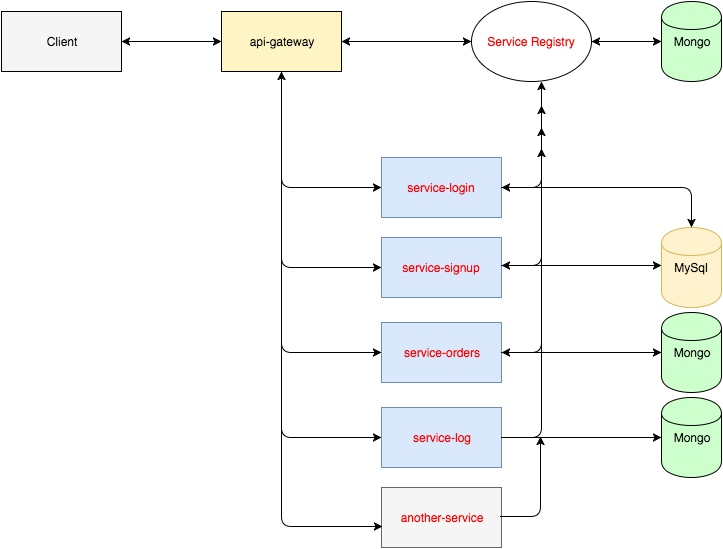
This is Microservices_Architecture.png from alchimya/micro-node-api-gateway, a draw.io export, as it was before one commit. Source tidied: cells renumbered, new cells last; positions are measured from the earlier drawing's top-left corner, leaving out a move shared by most shapes. Its diagram source:
```xml
<mxGraphModel background="#ffffff">
  <root>
    <mxCell id="0" />
    <mxCell id="1" parent="0" />
    <mxCell id="2" value="Client" style="whiteSpace=wrap;html=1;plain-gray;gradientColor=none;strokeColor=#000000;" parent="1" vertex="1">
      <mxGeometry y="10" width="120" height="60" as="geometry" />
    </mxCell>
    <mxCell id="3" value="api-gateway" style="whiteSpace=wrap;html=1;plain-yellow;gradientColor=none;strokeColor=#000000;fillColor=#FFF4C3;" parent="1" vertex="1">
      <mxGeometry x="220" y="10" width="120" height="60" as="geometry" />
    </mxCell>
    <mxCell id="4" value="Service Registry" style="ellipse;whiteSpace=wrap;html=1;strokeColor=#000000;fillColor=#ffffff;fontColor=#FF0000;" parent="1" vertex="1">
      <mxGeometry x="470" width="120" height="80" as="geometry" />
    </mxCell>
    <mxCell id="5" value="&lt;font color=&quot;#000000&quot;&gt;Mongo&lt;/font&gt;" style="shape=cylinder;whiteSpace=wrap;html=1;strokeColor=#000000;fillColor=#CCFFCC;gradientColor=none;fontColor=#FF0000;" parent="1" vertex="1">
      <mxGeometry x="660" width="60" height="80" as="geometry" />
    </mxCell>
    <mxCell id="6" value="service-login" style="whiteSpace=wrap;html=1;plain-blue;gradientColor=none;fontColor=#FF0000;" parent="1" vertex="1">
      <mxGeometry x="380" y="156" width="120" height="60" as="geometry" />
    </mxCell>
    <mxCell id="7" value="service-signup" style="whiteSpace=wrap;html=1;plain-blue;gradientColor=none;fontColor=#FF0000;" parent="1" vertex="1">
      <mxGeometry x="380" y="236" width="120" height="60" as="geometry" />
    </mxCell>
    <mxCell id="8" value="service-orders" style="whiteSpace=wrap;html=1;plain-blue;gradientColor=none;fontColor=#FF0000;" parent="1" vertex="1">
      <mxGeometry x="380" y="321" width="120" height="60" as="geometry" />
    </mxCell>
    <mxCell id="9" value="service-log" style="whiteSpace=wrap;html=1;plain-blue;gradientColor=none;fontColor=#FF0000;" parent="1" vertex="1">
      <mxGeometry x="380" y="406" width="120" height="60" as="geometry" />
    </mxCell>
    <mxCell id="10" value="&lt;font color=&quot;#000000&quot;&gt;Mongo&lt;/font&gt;" style="shape=cylinder;whiteSpace=wrap;html=1;strokeColor=#000000;fillColor=#CCFFCC;gradientColor=none;fontColor=#FF0000;" parent="1" vertex="1">
      <mxGeometry x="660" y="396" width="60" height="80" as="geometry" />
    </mxCell>
    <mxCell id="11" value="&lt;font color=&quot;#000000&quot;&gt;MySql&lt;/font&gt;" style="shape=cylinder;whiteSpace=wrap;html=1;fontColor=#FF0000;plain-yellow;gradientColor=none;" parent="1" vertex="1">
      <mxGeometry x="660" y="226" width="60" height="80" as="geometry" />
    </mxCell>
    <mxCell id="12" style="endArrow=classic;html=1;fontColor=#FF0000;entryX=0;entryY=0.5;exitX=1;exitY=0.5;" parent="1" edge="1" source="9" target="10">
      <mxGeometry relative="1" as="geometry" />
    </mxCell>
    <mxCell id="13" style="edgeStyle=segmentEdgeStyle;endArrow=classic;html=1;fontColor=#FF0000;exitX=1;exitY=0.5;" parent="1" edge="1" source="6">
      <mxGeometry relative="1" as="geometry">
        <mxPoint x="540" y="80" as="targetPoint" />
        <Array as="points">
          <mxPoint x="540" y="186" />
          <mxPoint x="540" y="80" />
        </Array>
      </mxGeometry>
    </mxCell>
    <mxCell id="14" style="edgeStyle=segmentEdgeStyle;endArrow=classic;html=1;fontColor=#FF0000;exitX=1;exitY=0.5;" parent="1" edge="1">
      <mxGeometry relative="1" as="geometry">
        <mxPoint x="500" y="264" as="sourcePoint" />
        <mxPoint x="540" y="104" as="targetPoint" />
        <Array as="points">
          <mxPoint x="540" y="264" />
        </Array>
      </mxGeometry>
    </mxCell>
    <mxCell id="15" style="edgeStyle=segmentEdgeStyle;endArrow=classic;html=1;fontColor=#FF0000;exitX=1;exitY=0.5;" parent="1" edge="1" source="8">
      <mxGeometry relative="1" as="geometry">
        <mxPoint x="540" y="126" as="targetPoint" />
        <Array as="points">
          <mxPoint x="540" y="351" />
          <mxPoint x="540" y="296" />
        </Array>
      </mxGeometry>
    </mxCell>
    <mxCell id="16" style="edgeStyle=segmentEdgeStyle;endArrow=classic;html=1;fontColor=#FF0000;exitX=1;exitY=0.5;" parent="1" edge="1" source="9">
      <mxGeometry relative="1" as="geometry">
        <mxPoint x="540" y="147" as="targetPoint" />
        <Array as="points">
          <mxPoint x="540" y="436" />
        </Array>
      </mxGeometry>
    </mxCell>
    <mxCell id="17" style="endArrow=classic;startArrow=classic;html=1;fontColor=#FF0000;entryX=0;entryY=0.5;exitX=1;exitY=0.5;" parent="1" edge="1">
      <mxGeometry relative="1" as="geometry">
        <mxPoint x="500" y="264" as="sourcePoint" />
        <mxPoint x="660" y="264" as="targetPoint" />
      </mxGeometry>
    </mxCell>
    <mxCell id="18" style="edgeStyle=segmentEdgeStyle;endArrow=classic;html=1;fontColor=#FF0000;entryX=0;entryY=0.5;exitX=0.5;exitY=1;" parent="1" edge="1" source="3" target="6">
      <mxGeometry relative="1" as="geometry">
        <Array as="points">
          <mxPoint x="280" y="186" />
        </Array>
      </mxGeometry>
    </mxCell>
    <mxCell id="19" style="edgeStyle=segmentEdgeStyle;endArrow=classic;html=1;fontColor=#FF0000;entryX=0;entryY=0.5;exitX=0.5;exitY=1;" parent="1" edge="1" source="3" target="7">
      <mxGeometry relative="1" as="geometry">
        <Array as="points">
          <mxPoint x="280" y="266" />
        </Array>
      </mxGeometry>
    </mxCell>
    <mxCell id="20" style="edgeStyle=segmentEdgeStyle;endArrow=classic;html=1;fontColor=#FF0000;entryX=0;entryY=0.5;exitX=0.5;exitY=1;" parent="1" edge="1" source="3" target="8">
      <mxGeometry relative="1" as="geometry">
        <Array as="points">
          <mxPoint x="280" y="351" />
        </Array>
      </mxGeometry>
    </mxCell>
    <mxCell id="21" style="edgeStyle=segmentEdgeStyle;endArrow=classic;html=1;fontColor=#FF0000;entryX=0;entryY=0.5;exitX=0.5;exitY=1;" parent="1" edge="1" source="3" target="9">
      <mxGeometry relative="1" as="geometry">
        <Array as="points">
          <mxPoint x="280" y="436" />
        </Array>
      </mxGeometry>
    </mxCell>
    <mxCell id="22" style="edgeStyle=segmentEdgeStyle;endArrow=classic;html=1;fontColor=#FF0000;exitX=1;exitY=0.5;entryX=0.5;entryY=0;" parent="1" edge="1" source="6" target="11">
      <mxGeometry relative="1" as="geometry">
        <Array as="points">
          <mxPoint x="690" y="186" />
        </Array>
      </mxGeometry>
    </mxCell>
    <mxCell id="23" style="endArrow=classic;html=1;fontColor=#FF0000;entryX=1;entryY=0.5;" parent="1" edge="1" target="6">
      <mxGeometry relative="1" as="geometry">
        <mxPoint x="550" y="186" as="sourcePoint" />
      </mxGeometry>
    </mxCell>
    <mxCell id="24" style="endArrow=classic;html=1;fontColor=#FF0000;entryX=1;entryY=0.5;" parent="1" edge="1" target="8">
      <mxGeometry relative="1" as="geometry">
        <mxPoint x="530" y="351" as="sourcePoint" />
      </mxGeometry>
    </mxCell>
    <mxCell id="25" style="endArrow=classic;startArrow=classic;html=1;fontColor=#FF0000;exitX=1;exitY=0.5;entryX=0;entryY=0.5;" parent="1" edge="1" source="2" target="3">
      <mxGeometry relative="1" as="geometry" />
    </mxCell>
    <mxCell id="26" style="endArrow=classic;startArrow=classic;html=1;fontColor=#FF0000;exitX=1;exitY=0.5;entryX=0;entryY=0.5;" parent="1" edge="1" source="3" target="4">
      <mxGeometry relative="1" as="geometry" />
    </mxCell>
    <mxCell id="27" value="another-service" style="whiteSpace=wrap;html=1;fontColor=#FF0000;plain-gray;gradientColor=none;" parent="1" vertex="1">
      <mxGeometry x="380" y="486" width="120" height="60" as="geometry" />
    </mxCell>
    <mxCell id="28" value="&lt;font color=&quot;#000000&quot;&gt;Mongo&lt;/font&gt;" style="shape=cylinder;whiteSpace=wrap;html=1;strokeColor=#000000;fillColor=#CCFFCC;gradientColor=none;fontColor=#FF0000;" parent="1" vertex="1">
      <mxGeometry x="660" y="311" width="60" height="80" as="geometry" />
    </mxCell>
    <mxCell id="29" style="endArrow=classic;html=1;fontColor=#FF0000;exitX=1;exitY=0.5;entryX=0;entryY=0.5;" parent="1" edge="1" source="8" target="28">
      <mxGeometry relative="1" as="geometry" />
    </mxCell>
    <mxCell id="30" style="edgeStyle=segmentEdgeStyle;endArrow=classic;html=1;fontColor=#FF0000;entryX=0.008;entryY=0.65;entryPerimeter=0;" parent="1" edge="1" target="27">
      <mxGeometry relative="1" as="geometry">
        <mxPoint x="280" y="76" as="sourcePoint" />
        <Array as="points">
          <mxPoint x="280" y="366" />
          <mxPoint x="280" y="525" />
        </Array>
      </mxGeometry>
    </mxCell>
    <mxCell id="31" style="endArrow=classic;html=1;fontColor=#FF0000;entryX=0.5;entryY=1;" parent="1" edge="1" target="3">
      <mxGeometry relative="1" as="geometry">
        <mxPoint x="280" y="156" as="sourcePoint" />
      </mxGeometry>
    </mxCell>
    <mxCell id="32" style="edgeStyle=segmentEdgeStyle;endArrow=classic;html=1;fontColor=#FF0000;exitX=1;exitY=0.5;" parent="1" edge="1">
      <mxGeometry relative="1" as="geometry">
        <mxPoint x="499" y="515" as="sourcePoint" />
        <mxPoint x="539" y="435" as="targetPoint" />
        <Array as="points">
          <mxPoint x="539" y="515" />
        </Array>
      </mxGeometry>
    </mxCell>
    <mxCell id="33" style="endArrow=classic;startArrow=classic;html=1;fontColor=#FF0000;entryX=0;entryY=0.5;exitX=1;exitY=0.5;" parent="1" edge="1" source="4" target="5">
      <mxGeometry relative="1" as="geometry" />
    </mxCell>
  </root>
</mxGraphModel>
```
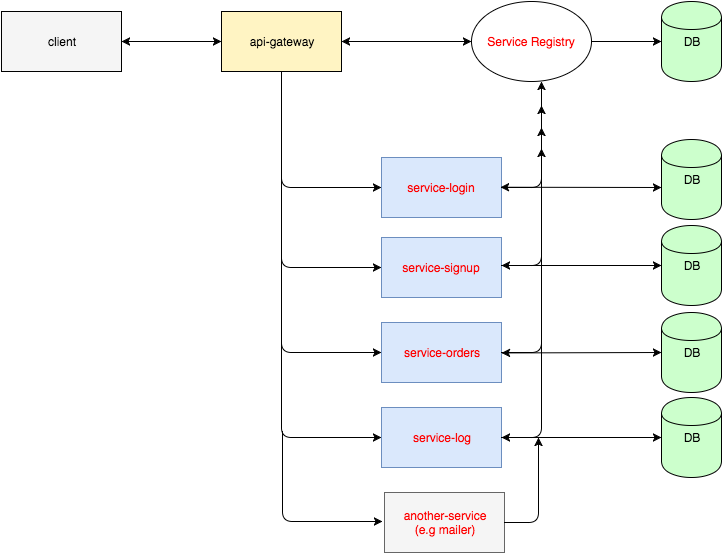
The same file after the commit.

The edit, as a diff of the source:
```diff
@@ -2,7 +2,7 @@
   <root>
     <mxCell id="0" />
     <mxCell id="1" parent="0" />
-    <mxCell id="2" value="Client" style="whiteSpace=wrap;html=1;plain-gray;gradientColor=none;strokeColor=#000000;" parent="1" vertex="1">
+    <mxCell id="2" value="client" style="whiteSpace=wrap;html=1;plain-gray;gradientColor=none;strokeColor=#000000;" parent="1" vertex="1">
       <mxGeometry y="10" width="120" height="60" as="geometry" />
     </mxCell>
     <mxCell id="3" value="api-gateway" style="whiteSpace=wrap;html=1;plain-yellow;gradientColor=none;strokeColor=#000000;fillColor=#FFF4C3;" parent="1" vertex="1">
@@ -11,7 +11,7 @@
     <mxCell id="4" value="Service Registry" style="ellipse;whiteSpace=wrap;html=1;strokeColor=#000000;fillColor=#ffffff;fontColor=#FF0000;" parent="1" vertex="1">
       <mxGeometry x="470" width="120" height="80" as="geometry" />
     </mxCell>
-    <mxCell id="5" value="&lt;font color=&quot;#000000&quot;&gt;Mongo&lt;/font&gt;" style="shape=cylinder;whiteSpace=wrap;html=1;strokeColor=#000000;fillColor=#CCFFCC;gradientColor=none;fontColor=#FF0000;" parent="1" vertex="1">
+    <mxCell id="5" value="&lt;font color=&quot;#000000&quot;&gt;DB&lt;/font&gt;" style="shape=cylinder;whiteSpace=wrap;html=1;strokeColor=#000000;fillColor=#CCFFCC;gradientColor=none;fontColor=#FF0000;" parent="1" vertex="1">
       <mxGeometry x="660" width="60" height="80" as="geometry" />
     </mxCell>
     <mxCell id="6" value="service-login" style="whiteSpace=wrap;html=1;plain-blue;gradientColor=none;fontColor=#FF0000;" parent="1" vertex="1">
@@ -26,15 +26,12 @@
     <mxCell id="9" value="service-log" style="whiteSpace=wrap;html=1;plain-blue;gradientColor=none;fontColor=#FF0000;" parent="1" vertex="1">
       <mxGeometry x="380" y="406" width="120" height="60" as="geometry" />
     </mxCell>
-    <mxCell id="10" value="&lt;font color=&quot;#000000&quot;&gt;Mongo&lt;/font&gt;" style="shape=cylinder;whiteSpace=wrap;html=1;strokeColor=#000000;fillColor=#CCFFCC;gradientColor=none;fontColor=#FF0000;" parent="1" vertex="1">
+    <mxCell id="10" value="&lt;font color=&quot;#000000&quot;&gt;DB&lt;/font&gt;" style="shape=cylinder;whiteSpace=wrap;html=1;strokeColor=#000000;fillColor=#CCFFCC;gradientColor=none;fontColor=#FF0000;" parent="1" vertex="1">
       <mxGeometry x="660" y="396" width="60" height="80" as="geometry" />
     </mxCell>
-    <mxCell id="11" value="&lt;font color=&quot;#000000&quot;&gt;MySql&lt;/font&gt;" style="shape=cylinder;whiteSpace=wrap;html=1;fontColor=#FF0000;plain-yellow;gradientColor=none;" parent="1" vertex="1">
-      <mxGeometry x="660" y="226" width="60" height="80" as="geometry" />
-    </mxCell>
-    <mxCell id="12" style="endArrow=classic;html=1;fontColor=#FF0000;entryX=0;entryY=0.5;exitX=1;exitY=0.5;" parent="1" edge="1" source="9" target="10">
-      <mxGeometry relative="1" as="geometry" />
-    </mxCell>
+    <mxCell id="34" style="endArrow=classic;html=1;fontColor=#FF0000;exitX=1;exitY=0.5;entryX=0;entryY=0.5;" parent="1" edge="1" source="4" target="5">
+      <mxGeometry relative="1" as="geometry" />
+    </mxCell>
     <mxCell id="13" style="edgeStyle=segmentEdgeStyle;endArrow=classic;html=1;fontColor=#FF0000;exitX=1;exitY=0.5;" parent="1" edge="1" source="6">
       <mxGeometry relative="1" as="geometry">
         <mxPoint x="540" y="80" as="targetPoint" />
@@ -70,12 +67,6 @@
         </Array>
       </mxGeometry>
     </mxCell>
-    <mxCell id="17" style="endArrow=classic;startArrow=classic;html=1;fontColor=#FF0000;entryX=0;entryY=0.5;exitX=1;exitY=0.5;" parent="1" edge="1">
-      <mxGeometry relative="1" as="geometry">
-        <mxPoint x="500" y="264" as="sourcePoint" />
-        <mxPoint x="660" y="264" as="targetPoint" />
-      </mxGeometry>
-    </mxCell>
     <mxCell id="18" style="edgeStyle=segmentEdgeStyle;endArrow=classic;html=1;fontColor=#FF0000;entryX=0;entryY=0.5;exitX=0.5;exitY=1;" parent="1" edge="1" source="3" target="6">
       <mxGeometry relative="1" as="geometry">
         <Array as="points">
@@ -104,63 +95,60 @@
         </Array>
       </mxGeometry>
     </mxCell>
-    <mxCell id="22" style="edgeStyle=segmentEdgeStyle;endArrow=classic;html=1;fontColor=#FF0000;exitX=1;exitY=0.5;entryX=0.5;entryY=0;" parent="1" edge="1" source="6" target="11">
-      <mxGeometry relative="1" as="geometry">
-        <Array as="points">
-          <mxPoint x="690" y="186" />
-        </Array>
-      </mxGeometry>
-    </mxCell>
-    <mxCell id="23" style="endArrow=classic;html=1;fontColor=#FF0000;entryX=1;entryY=0.5;" parent="1" edge="1" target="6">
-      <mxGeometry relative="1" as="geometry">
-        <mxPoint x="550" y="186" as="sourcePoint" />
-      </mxGeometry>
-    </mxCell>
-    <mxCell id="24" style="endArrow=classic;html=1;fontColor=#FF0000;entryX=1;entryY=0.5;" parent="1" edge="1" target="8">
-      <mxGeometry relative="1" as="geometry">
-        <mxPoint x="530" y="351" as="sourcePoint" />
-      </mxGeometry>
-    </mxCell>
     <mxCell id="25" style="endArrow=classic;startArrow=classic;html=1;fontColor=#FF0000;exitX=1;exitY=0.5;entryX=0;entryY=0.5;" parent="1" edge="1" source="2" target="3">
       <mxGeometry relative="1" as="geometry" />
     </mxCell>
     <mxCell id="26" style="endArrow=classic;startArrow=classic;html=1;fontColor=#FF0000;exitX=1;exitY=0.5;entryX=0;entryY=0.5;" parent="1" edge="1" source="3" target="4">
       <mxGeometry relative="1" as="geometry" />
     </mxCell>
-    <mxCell id="27" value="another-service" style="whiteSpace=wrap;html=1;fontColor=#FF0000;plain-gray;gradientColor=none;" parent="1" vertex="1">
-      <mxGeometry x="380" y="486" width="120" height="60" as="geometry" />
+    <mxCell id="27" value="another-service&lt;br&gt;(e.g mailer)" style="whiteSpace=wrap;html=1;fontColor=#FF0000;plain-gray;gradientColor=none;" parent="1" vertex="1">
+      <mxGeometry x="383" y="491" width="120" height="60" as="geometry" />
     </mxCell>
-    <mxCell id="28" value="&lt;font color=&quot;#000000&quot;&gt;Mongo&lt;/font&gt;" style="shape=cylinder;whiteSpace=wrap;html=1;strokeColor=#000000;fillColor=#CCFFCC;gradientColor=none;fontColor=#FF0000;" parent="1" vertex="1">
-      <mxGeometry x="660" y="311" width="60" height="80" as="geometry" />
-    </mxCell>
-    <mxCell id="29" style="endArrow=classic;html=1;fontColor=#FF0000;exitX=1;exitY=0.5;entryX=0;entryY=0.5;" parent="1" edge="1" source="8" target="28">
-      <mxGeometry relative="1" as="geometry" />
+    <mxCell id="29" style="edgeStyle=segmentEdgeStyle;endArrow=classic;html=1;fontColor=#FF0000;" parent="1" edge="1">
+      <mxGeometry relative="1" as="geometry">
+        <mxPoint x="281" y="430" as="sourcePoint" />
+        <mxPoint x="381" y="520" as="targetPoint" />
+        <Array as="points">
+          <mxPoint x="281" y="520" />
+          <mxPoint x="371" y="520" />
+        </Array>
+      </mxGeometry>
     </mxCell>
-    <mxCell id="30" style="edgeStyle=segmentEdgeStyle;endArrow=classic;html=1;fontColor=#FF0000;entryX=0.008;entryY=0.65;entryPerimeter=0;" parent="1" edge="1" target="27">
-      <mxGeometry relative="1" as="geometry">
-        <mxPoint x="280" y="76" as="sourcePoint" />
-        <Array as="points">
-          <mxPoint x="280" y="366" />
-          <mxPoint x="280" y="525" />
-        </Array>
-      </mxGeometry>
-    </mxCell>
-    <mxCell id="31" style="endArrow=classic;html=1;fontColor=#FF0000;entryX=0.5;entryY=1;" parent="1" edge="1" target="3">
-      <mxGeometry relative="1" as="geometry">
-        <mxPoint x="280" y="156" as="sourcePoint" />
-      </mxGeometry>
+    <mxCell id="31" value="&lt;font color=&quot;#000000&quot;&gt;DB&lt;/font&gt;" style="shape=cylinder;whiteSpace=wrap;html=1;strokeColor=#000000;fillColor=#CCFFCC;gradientColor=none;fontColor=#FF0000;" parent="1" vertex="1">
+      <mxGeometry x="660" y="138" width="60" height="80" as="geometry" />
     </mxCell>
-    <mxCell id="32" style="edgeStyle=segmentEdgeStyle;endArrow=classic;html=1;fontColor=#FF0000;exitX=1;exitY=0.5;" parent="1" edge="1">
-      <mxGeometry relative="1" as="geometry">
-        <mxPoint x="499" y="515" as="sourcePoint" />
-        <mxPoint x="539" y="435" as="targetPoint" />
-        <Array as="points">
-          <mxPoint x="539" y="515" />
-        </Array>
-      </mxGeometry>
+    <mxCell id="32" value="&lt;font color=&quot;#000000&quot;&gt;DB&lt;/font&gt;" style="shape=cylinder;whiteSpace=wrap;html=1;strokeColor=#000000;fillColor=#CCFFCC;gradientColor=none;fontColor=#FF0000;" parent="1" vertex="1">
+      <mxGeometry x="660" y="311" width="60" height="80" as="geometry" />
     </mxCell>
-    <mxCell id="33" style="endArrow=classic;startArrow=classic;html=1;fontColor=#FF0000;entryX=0;entryY=0.5;exitX=1;exitY=0.5;" parent="1" edge="1" source="4" target="5">
-      <mxGeometry relative="1" as="geometry" />
+    <mxCell id="33" value="&lt;font color=&quot;#000000&quot;&gt;DB&lt;/font&gt;" style="shape=cylinder;whiteSpace=wrap;html=1;strokeColor=#000000;fillColor=#CCFFCC;gradientColor=none;fontColor=#FF0000;" parent="1" vertex="1">
+      <mxGeometry x="660" y="224" width="60" height="80" as="geometry" />
     </mxCell>
+    <mxCell id="35" style="endArrow=classic;startArrow=classic;html=1;fontColor=#FF0000;" parent="1" edge="1">
+      <mxGeometry relative="1" as="geometry">
+        <mxPoint x="499" y="185.7" as="sourcePoint" />
+        <mxPoint x="660" y="186" as="targetPoint" />
+      </mxGeometry>
+    </mxCell>
+    <mxCell id="36" style="endArrow=classic;startArrow=classic;html=1;fontColor=#FF0000;exitX=1;exitY=0.5;entryX=0;entryY=0.5;" parent="1" edge="1" target="33">
+      <mxGeometry x="574" y="415" as="geometry">
+        <mxPoint x="500" y="264" as="sourcePoint" />
+      </mxGeometry>
+    </mxCell>
+    <mxCell id="37" style="endArrow=classic;startArrow=classic;html=1;fontColor=#FF0000;entryX=0;entryY=0.5;" parent="1" edge="1" target="32">
+      <mxGeometry x="575" y="504" as="geometry">
+        <mxPoint x="500" y="351.4" as="sourcePoint" />
+      </mxGeometry>
+    </mxCell>
+    <mxCell id="12" style="endArrow=classic;startArrow=classic;html=1;fontColor=#FF0000;exitX=1;exitY=0.5;" parent="1" edge="1" source="9" target="10">
+      <mxGeometry x="576" y="590" as="geometry" />
+    </mxCell>
+    <mxCell id="38" style="edgeStyle=segmentEdgeStyle;endArrow=classic;html=1;fontColor=#FF0000;exitX=1;exitY=0.5;" parent="1" edge="1" source="27">
+      <mxGeometry relative="1" as="geometry">
+        <mxPoint x="537" y="436" as="targetPoint" />
+        <Array as="points">
+          <mxPoint x="537" y="521" />
+        </Array>
+      </mxGeometry>
+    </mxCell>
   </root>
 </mxGraphModel>
```
